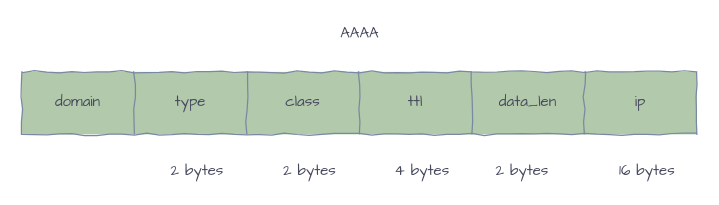
Above: page "AAAA" (18 of 19) of dns.drawio in silan-liu/drawio (draw.io), before the change. Source tidied: cells renumbered, new cells numbered last; positions are measured from the earlier drawing's top-left corner, leaving out a move shared by most shapes. Both pictures are drawn from the tidied source at 125%, with x=0, y=0 at pixel (21, 21).
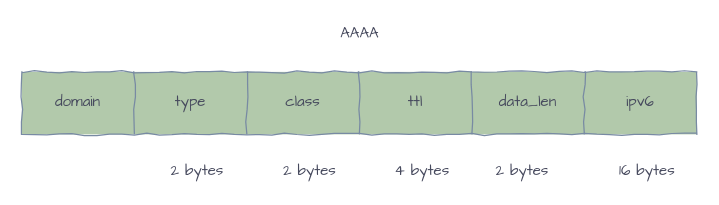
Above is the later version.

The edit, as a diff of the source:
```diff
@@
 <mxGraphModel>
   <root>
     <mxCell id="0" />
     <mxCell id="1" parent="0" />
     <mxCell id="2" style="shape=table;startSize=0;childLayout=tableLayout;comic=1;fillColor=#B2C9AB;strokeColor=#788AA3;fontColor=#46495D;fontFamily=Comic Sans MS;" parent="1" vertex="1">
       <mxGeometry y="40" width="540" height="50" as="geometry" />
     </mxCell>
     <mxCell id="3" style="shape=partialRectangle;fillColor=none;top=0;left=0;bottom=0;right=0;strokeColor=#788AA3;fontColor=#46495D;fontFamily=Comic Sans MS;" parent="2" vertex="1">
       <mxGeometry width="540" height="50" as="geometry" />
     </mxCell>
     <mxCell id="4" value="domain" style="shape=partialRectangle;html=1;whiteSpace=wrap;overflow=hidden;fillColor=none;top=0;left=0;bottom=0;right=0;strokeColor=#788AA3;fontColor=#46495D;fontFamily=Comic Sans MS;" parent="3" vertex="1">
       <mxGeometry width="90" height="50" as="geometry" />
     </mxCell>
     <mxCell id="5" value="type" style="shape=partialRectangle;html=1;whiteSpace=wrap;overflow=hidden;fillColor=none;top=0;left=0;bottom=0;right=0;strokeColor=#788AA3;fontColor=#46495D;fontFamily=Comic Sans MS;" parent="3" vertex="1">
       <mxGeometry x="90" width="90" height="50" as="geometry" />
     </mxCell>
     <mxCell id="6" value="class" style="shape=partialRectangle;html=1;whiteSpace=wrap;overflow=hidden;fillColor=none;top=0;left=0;bottom=0;right=0;strokeColor=#788AA3;fontColor=#46495D;fontFamily=Comic Sans MS;" parent="3" vertex="1">
       <mxGeometry x="180" width="90" height="50" as="geometry" />
     </mxCell>
     <mxCell id="7" value="ttl" style="shape=partialRectangle;html=1;whiteSpace=wrap;overflow=hidden;fillColor=none;top=0;left=0;bottom=0;right=0;strokeColor=#788AA3;fontColor=#46495D;fontFamily=Comic Sans MS;" parent="3" vertex="1">
       <mxGeometry x="270" width="90" height="50" as="geometry" />
     </mxCell>
     <mxCell id="8" value="data_len" style="shape=partialRectangle;html=1;whiteSpace=wrap;overflow=hidden;fillColor=none;top=0;left=0;bottom=0;right=0;strokeColor=#788AA3;fontColor=#46495D;fontFamily=Comic Sans MS;" parent="3" vertex="1">
       <mxGeometry x="360" width="90" height="50" as="geometry" />
     </mxCell>
-    <mxCell id="9" value="ip" style="shape=partialRectangle;html=1;whiteSpace=wrap;overflow=hidden;fillColor=none;top=0;left=0;bottom=0;right=0;strokeColor=#788AA3;fontColor=#46495D;fontFamily=Comic Sans MS;" parent="3" vertex="1">
+    <mxCell id="9" value="ipv6" style="shape=partialRectangle;html=1;whiteSpace=wrap;overflow=hidden;fillColor=none;top=0;left=0;bottom=0;right=0;strokeColor=#788AA3;fontColor=#46495D;fontFamily=Comic Sans MS;" parent="3" vertex="1">
       <mxGeometry x="450" width="90" height="50" as="geometry" />
     </mxCell>
     <mxCell id="10" value="AAAA" style="text;html=1;align=center;verticalAlign=middle;strokeColor=none;fontColor=#46495D;fontFamily=Comic Sans MS;" parent="1" vertex="1">
       <mxGeometry x="245" width="50" height="20" as="geometry" />
     </mxCell>
     <mxCell id="11" value="2 bytes" style="text;html=1;align=center;verticalAlign=middle;strokeColor=none;fontFamily=Comic Sans MS;fontColor=#46495D;" parent="1" vertex="1">
       <mxGeometry x="110" y="110" width="60" height="20" as="geometry" />
     </mxCell>
     <mxCell id="12" value="2 bytes" style="text;html=1;align=center;verticalAlign=middle;strokeColor=none;fontFamily=Comic Sans MS;fontColor=#46495D;" parent="1" vertex="1">
       <mxGeometry x="200" y="110" width="60" height="20" as="geometry" />
     </mxCell>
     <mxCell id="13" value="4 bytes" style="text;html=1;align=center;verticalAlign=middle;strokeColor=none;fontFamily=Comic Sans MS;fontColor=#46495D;" parent="1" vertex="1">
       <mxGeometry x="290" y="110" width="60" height="20" as="geometry" />
     </mxCell>
     <mxCell id="14" value="2 bytes" style="text;html=1;align=center;verticalAlign=middle;strokeColor=none;fontFamily=Comic Sans MS;fontColor=#46495D;" parent="1" vertex="1">
       <mxGeometry x="370" y="110" width="60" height="20" as="geometry" />
     </mxCell>
     <mxCell id="15" value="16 bytes" style="text;html=1;align=center;verticalAlign=middle;strokeColor=none;fontFamily=Comic Sans MS;fontColor=#46495D;" parent="1" vertex="1">
       <mxGeometry x="470" y="110" width="60" height="20" as="geometry" />
     </mxCell>
   </root>
 </mxGraphModel>
```
